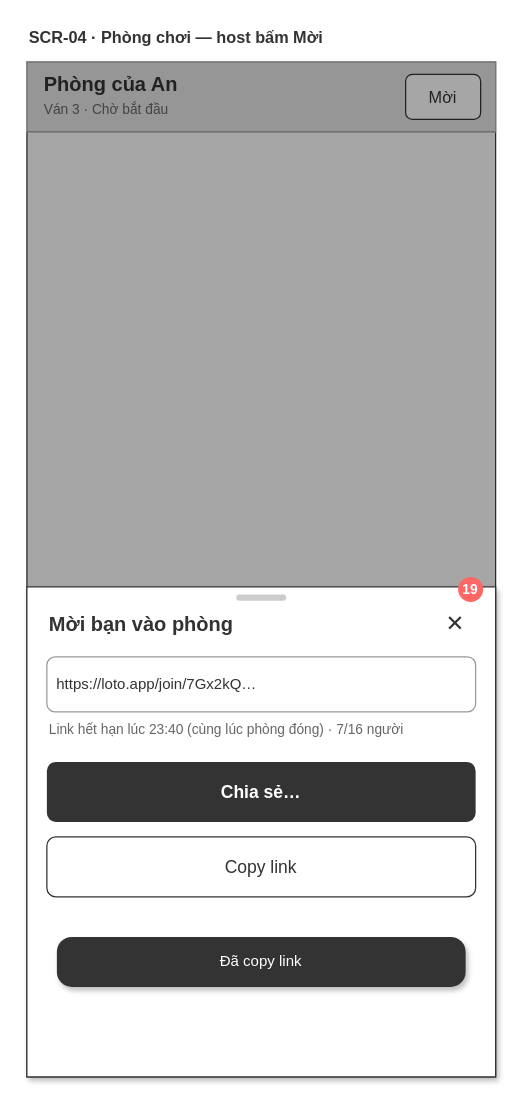
This is page "Sheet Mời (host)" (6 of 8) of specs/ui-ux/drawio/scr-04-room.drawio from Thachdong/loto, a draw.io file, before an edit. Source tidied: cells renumbered, new cells numbered last; positions are measured from the earlier drawing's top-left corner, leaving out a move shared by most shapes. Both pictures are drawn from the tidied source at 125%, with x=0, y=0 at pixel (26, 21).
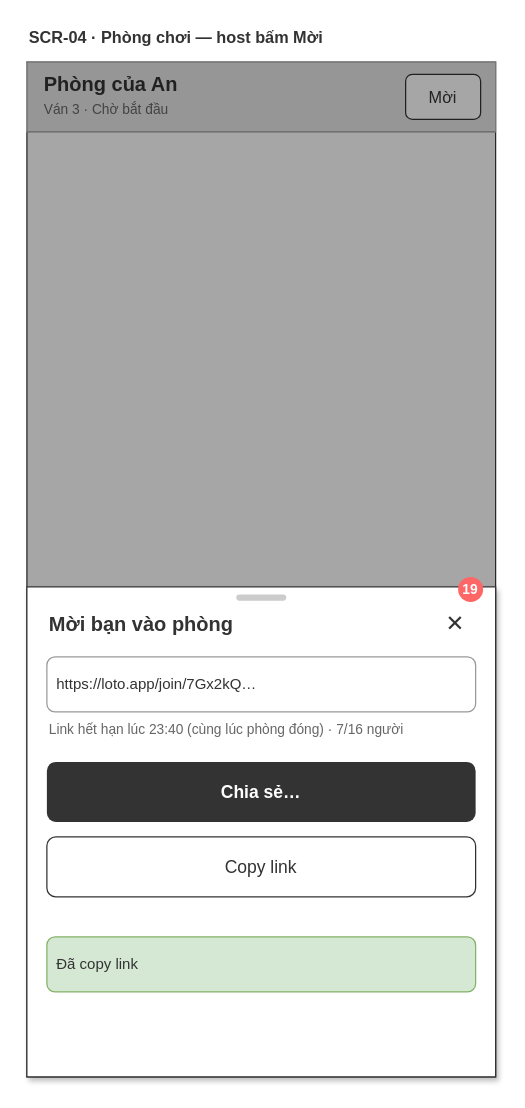
After the change.

Diff of the diagram source:
```diff
@@
 <mxGraphModel>
   <root>
     <mxCell id="0" />
     <mxCell id="1" parent="0" />
     <mxCell id="2" value="SCR-04 · Phòng chơi — host bấm Mời" style="text;html=1;whiteSpace=wrap;align=left;verticalAlign=middle;fontSize=13;fontColor=#333333;fontStyle=1;" parent="1" vertex="1">
       <mxGeometry width="375" height="24" as="geometry" />
     </mxCell>
     <mxCell id="3" style="rounded=0;whiteSpace=wrap;html=1;fillColor=#ffffff;strokeColor=#333333;fontSize=12;align=center;verticalAlign=middle;fontColor=#333333;spacingLeft=6;spacingRight=6;" parent="1" vertex="1">
       <mxGeometry y="32" width="375" height="812" as="geometry" />
     </mxCell>
     <mxCell id="4" style="rounded=0;whiteSpace=wrap;html=1;fillColor=#e6e6e6;strokeColor=#999999;fontSize=12;align=center;verticalAlign=middle;fontColor=#333333;spacingLeft=6;spacingRight=6;" parent="1" vertex="1">
       <mxGeometry y="32" width="375" height="56" as="geometry" />
     </mxCell>
     <mxCell id="5" value="Phòng của An" style="text;html=1;whiteSpace=wrap;align=left;verticalAlign=middle;fontSize=16;fontColor=#333333;fontStyle=1;" parent="1" vertex="1">
       <mxGeometry x="12" y="38" width="190" height="24" as="geometry" />
     </mxCell>
     <mxCell id="6" value="Ván 3 · Chờ bắt đầu" style="text;html=1;whiteSpace=wrap;align=left;verticalAlign=middle;fontSize=11;fontColor=#666666;" parent="1" vertex="1">
       <mxGeometry x="12" y="60" width="190" height="20" as="geometry" />
     </mxCell>
     <mxCell id="7" value="Mời" style="rounded=1;whiteSpace=wrap;html=1;fillColor=#ffffff;strokeColor=#333333;fontSize=13;align=center;verticalAlign=middle;fontColor=#333333;spacingLeft=6;spacingRight=6;" parent="1" vertex="1">
       <mxGeometry x="303" y="42" width="60" height="36" as="geometry" />
     </mxCell>
     <mxCell id="8" style="rounded=0;html=1;fillColor=#000000;opacity=35;strokeColor=none;" parent="1" vertex="1">
       <mxGeometry y="32" width="375" height="812" as="geometry" />
     </mxCell>
     <mxCell id="9" style="rounded=0;whiteSpace=wrap;html=1;fillColor=#ffffff;strokeColor=#333333;fontSize=12;align=center;verticalAlign=middle;fontColor=#333333;spacingLeft=6;spacingRight=6;shadow=1;" parent="1" vertex="1">
       <mxGeometry y="452" width="375" height="392" as="geometry" />
     </mxCell>
     <mxCell id="10" style="rounded=1;whiteSpace=wrap;html=1;fillColor=#cccccc;strokeColor=none;fontSize=12;align=center;verticalAlign=middle;fontColor=#333333;spacingLeft=6;spacingRight=6;arcSize=50;" parent="1" vertex="1">
       <mxGeometry x="167.5" y="458" width="40" height="5" as="geometry" />
     </mxCell>
     <mxCell id="11" value="Mời bạn vào phòng" style="text;html=1;whiteSpace=wrap;align=left;verticalAlign=middle;fontSize=16;fontColor=#333333;fontStyle=1;" parent="1" vertex="1">
       <mxGeometry x="16" y="466" width="260" height="32" as="geometry" />
     </mxCell>
     <mxCell id="12" value="✕" style="text;html=1;whiteSpace=wrap;align=center;verticalAlign=middle;fontSize=18;fontColor=#333333;" parent="1" vertex="1">
       <mxGeometry x="323" y="462" width="40" height="40" as="geometry" />
     </mxCell>
     <mxCell id="13" value="https://loto.app/join/7Gx2kQ…" style="rounded=1;whiteSpace=wrap;html=1;fillColor=#ffffff;strokeColor=#999999;fontSize=12;align=left;verticalAlign=middle;fontColor=#333333;spacingLeft=6;spacingRight=6;" parent="1" vertex="1">
       <mxGeometry x="16" y="508" width="343" height="44" as="geometry" />
     </mxCell>
     <mxCell id="14" value="Link hết hạn lúc 23:40 (cùng lúc phòng đóng) · 7/16 người" style="text;html=1;whiteSpace=wrap;align=left;verticalAlign=middle;fontSize=11;fontColor=#666666;" parent="1" vertex="1">
       <mxGeometry x="16" y="556" width="343" height="20" as="geometry" />
     </mxCell>
     <mxCell id="15" value="Chia sẻ…" style="rounded=1;whiteSpace=wrap;html=1;fillColor=#333333;strokeColor=none;fontSize=14;align=center;verticalAlign=middle;fontColor=#ffffff;spacingLeft=6;spacingRight=6;fontStyle=1;" parent="1" vertex="1">
       <mxGeometry x="16" y="592" width="343" height="48" as="geometry" />
     </mxCell>
     <mxCell id="16" value="Copy link" style="rounded=1;whiteSpace=wrap;html=1;fillColor=#ffffff;strokeColor=#333333;fontSize=14;align=center;verticalAlign=middle;fontColor=#333333;spacingLeft=6;spacingRight=6;" parent="1" vertex="1">
       <mxGeometry x="16" y="652" width="343" height="48" as="geometry" />
     </mxCell>
     <mxCell id="17" value="19" style="ellipse;whiteSpace=wrap;html=1;fillColor=#ff6666;fontColor=#ffffff;strokeColor=none;fontSize=11;fontStyle=1;" parent="1" vertex="1">
       <mxGeometry x="345" y="444" width="20" height="20" as="geometry" />
     </mxCell>
-    <mxCell id="18" value="Đã copy link" style="rounded=1;whiteSpace=wrap;html=1;fillColor=#333333;strokeColor=none;fontSize=12;align=center;verticalAlign=middle;fontColor=#ffffff;spacingLeft=6;spacingRight=6;arcSize=30;shadow=1;" parent="1" vertex="1">
-      <mxGeometry x="24" y="732" width="327" height="40" as="geometry" />
+    <mxCell id="18" value="Đã copy link" style="rounded=1;whiteSpace=wrap;html=1;fillColor=#d5e8d4;strokeColor=#82b366;fontSize=12;align=left;verticalAlign=middle;fontColor=#333333;spacingLeft=6;spacingRight=6;" parent="1" vertex="1">
+      <mxGeometry x="16" y="732" width="343" height="44" as="geometry" />
     </mxCell>
   </root>
 </mxGraphModel>
```
